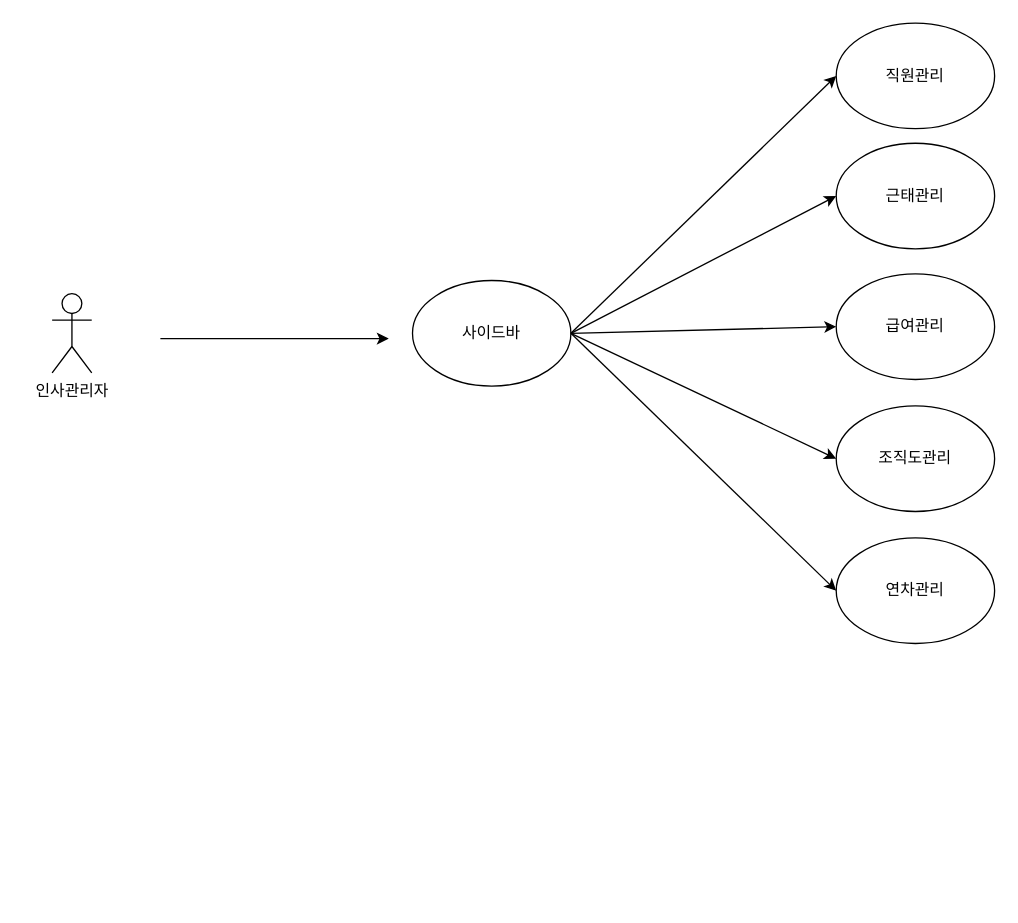
This is 인사관리자 사이드바.drawio from fury2019/Diagram, a draw.io file, before an edit. Source tidied: cells renumbered, new cells numbered last; positions are measured from the earlier drawing's top-left corner, leaving out a move shared by most shapes. Both pictures are drawn from the tidied source at 132%, with x=0, y=0 at pixel (51, 22).
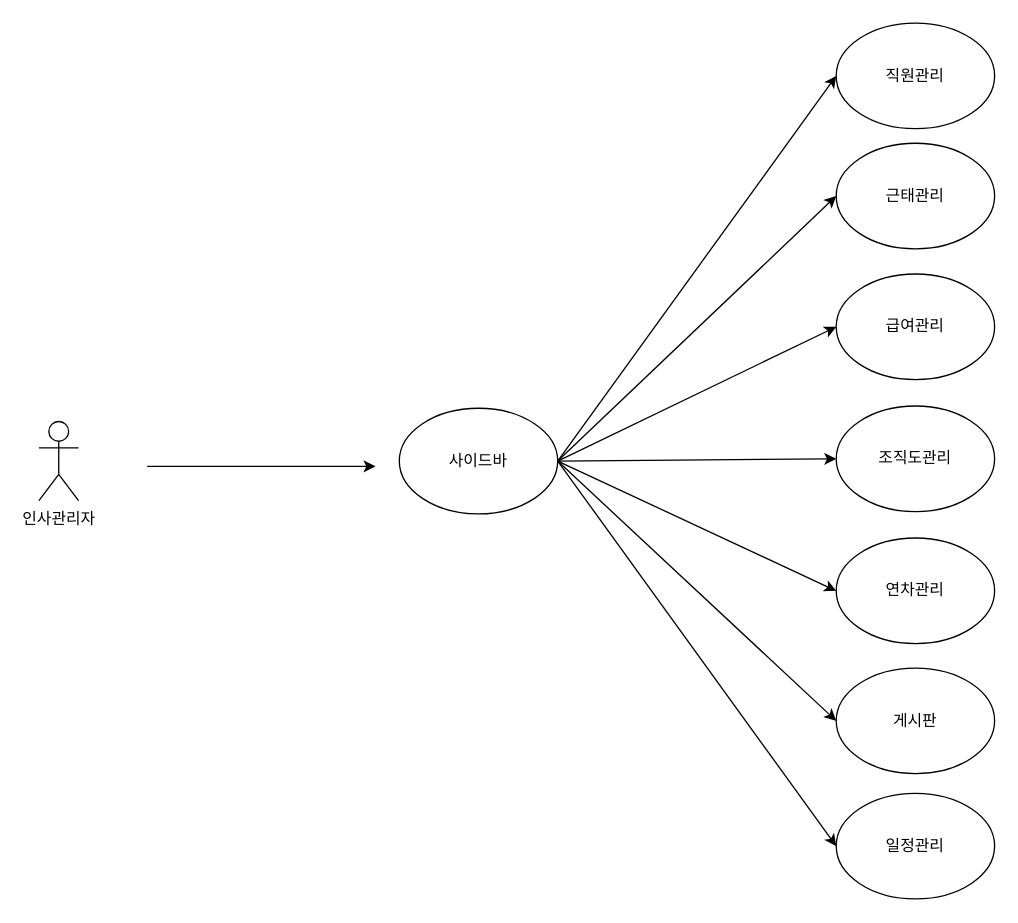
Above is the later version.

Commit message (it also covers changes not shown here):
인사관리자 사이드바.drawio 업데이트

The edit, as a diff of the source:
```diff
@@
 <mxGraphModel>
   <root>
     <mxCell id="0" />
     <mxCell id="1" parent="0" />
     <mxCell id="2" value="인사&lt;span style=&quot;background-color: transparent; color: light-dark(rgb(0, 0, 0), rgb(255, 255, 255));&quot;&gt;관리자&lt;/span&gt;&lt;div&gt;&lt;div&gt;&lt;br&gt;&lt;/div&gt;&lt;/div&gt;" style="shape=umlActor;verticalLabelPosition=bottom;verticalAlign=top;html=1;" parent="1" vertex="1">
-      <mxGeometry y="205" width="30" height="60" as="geometry" />
+      <mxGeometry x="-10" y="301.8" width="30" height="60" as="geometry" />
     </mxCell>
     <mxCell id="3" value="사이드바" style="ellipse;whiteSpace=wrap;html=1;" parent="1" vertex="1">
-      <mxGeometry x="273" y="195" width="120" height="80" as="geometry" />
+      <mxGeometry x="263" y="291.8" width="120" height="80" as="geometry" />
     </mxCell>
     <mxCell id="4" value="직원관리" style="ellipse;whiteSpace=wrap;html=1;" parent="1" vertex="1">
       <mxGeometry x="594" width="120" height="80" as="geometry" />
     </mxCell>
     <mxCell id="5" value="근태관리" style="ellipse;whiteSpace=wrap;html=1;" parent="1" vertex="1">
       <mxGeometry x="594" y="91" width="120" height="80" as="geometry" />
     </mxCell>
     <mxCell id="6" value="연차관리" style="ellipse;whiteSpace=wrap;html=1;" parent="1" vertex="1">
-      <mxGeometry x="594" y="390" width="120" height="80" as="geometry" />
+      <mxGeometry x="594" y="390.1" width="120" height="80" as="geometry" />
     </mxCell>
     <mxCell id="7" style="endArrow=classic;html=1;rounded=0;entryX=0;entryY=0.5;entryDx=0;entryDy=0;exitX=1;exitY=0.5;exitDx=0;exitDy=0;" parent="1" edge="1" source="3" target="4">
       <mxGeometry relative="1" as="geometry" />
     </mxCell>
     <mxCell id="8" style="endArrow=classic;html=1;rounded=0;entryX=0;entryY=0.5;entryDx=0;entryDy=0;exitX=1;exitY=0.5;exitDx=0;exitDy=0;" parent="1" edge="1" source="3" target="5">
       <mxGeometry relative="1" as="geometry" />
     </mxCell>
     <mxCell id="9" style="endArrow=classic;html=1;rounded=0;entryX=0;entryY=0.5;entryDx=0;entryDy=0;exitX=1;exitY=0.5;exitDx=0;exitDy=0;" parent="1" edge="1" source="3" target="6">
       <mxGeometry relative="1" as="geometry" />
     </mxCell>
     <mxCell id="10" style="endArrow=classic;html=1;rounded=0;" parent="1" edge="1">
       <mxGeometry relative="1" as="geometry">
-        <mxPoint x="82" y="239" as="sourcePoint" />
-        <mxPoint x="255" y="239" as="targetPoint" />
+        <mxPoint x="72" y="335.8" as="sourcePoint" />
+        <mxPoint x="245" y="335.8" as="targetPoint" />
       </mxGeometry>
     </mxCell>
     <mxCell id="11" value="급여&lt;span style=&quot;background-color: transparent; color: light-dark(rgb(0, 0, 0), rgb(255, 255, 255));&quot;&gt;관리&lt;/span&gt;" style="ellipse;whiteSpace=wrap;html=1;" parent="1" vertex="1">
-      <mxGeometry x="594" y="190" width="120" height="80" as="geometry" />
+      <mxGeometry x="594" y="190.1" width="120" height="80" as="geometry" />
     </mxCell>
     <mxCell id="12" value="조직도&lt;span style=&quot;background-color: transparent; color: light-dark(rgb(0, 0, 0), rgb(255, 255, 255));&quot;&gt;관리&lt;/span&gt;" style="ellipse;whiteSpace=wrap;html=1;" parent="1" vertex="1">
-      <mxGeometry x="594" y="290" width="120" height="80" as="geometry" />
+      <mxGeometry x="594" y="290.1" width="120" height="80" as="geometry" />
     </mxCell>
     <mxCell id="13" style="endArrow=classic;html=1;rounded=0;entryX=0;entryY=0.5;entryDx=0;entryDy=0;exitX=1;exitY=0.5;exitDx=0;exitDy=0;" parent="1" edge="1" source="3" target="11">
       <mxGeometry relative="1" as="geometry" />
     </mxCell>
     <mxCell id="14" style="endArrow=classic;html=1;rounded=0;entryX=0;entryY=0.5;entryDx=0;entryDy=0;exitX=1;exitY=0.5;exitDx=0;exitDy=0;" parent="1" edge="1" source="3" target="12">
       <mxGeometry relative="1" as="geometry" />
     </mxCell>
+    <mxCell id="15" value="게시판" style="ellipse;whiteSpace=wrap;html=1;" parent="1" vertex="1">
+      <mxGeometry x="594" y="488.6" width="120" height="80" as="geometry" />
+    </mxCell>
+    <mxCell id="16" value="일정관리" style="ellipse;whiteSpace=wrap;html=1;" parent="1" vertex="1">
+      <mxGeometry x="594" y="583.5" width="120" height="80" as="geometry" />
+    </mxCell>
+    <mxCell id="17" style="endArrow=classic;html=1;rounded=0;entryX=0;entryY=0.5;entryDx=0;entryDy=0;exitX=1;exitY=0.5;exitDx=0;exitDy=0;" parent="1" edge="1" source="3" target="15">
+      <mxGeometry relative="1" as="geometry" />
+    </mxCell>
+    <mxCell id="18" style="endArrow=classic;html=1;rounded=0;entryX=0;entryY=0.5;entryDx=0;entryDy=0;exitX=1;exitY=0.5;exitDx=0;exitDy=0;" parent="1" edge="1" source="3" target="16">
+      <mxGeometry relative="1" as="geometry" />
+    </mxCell>
   </root>
 </mxGraphModel>
```
